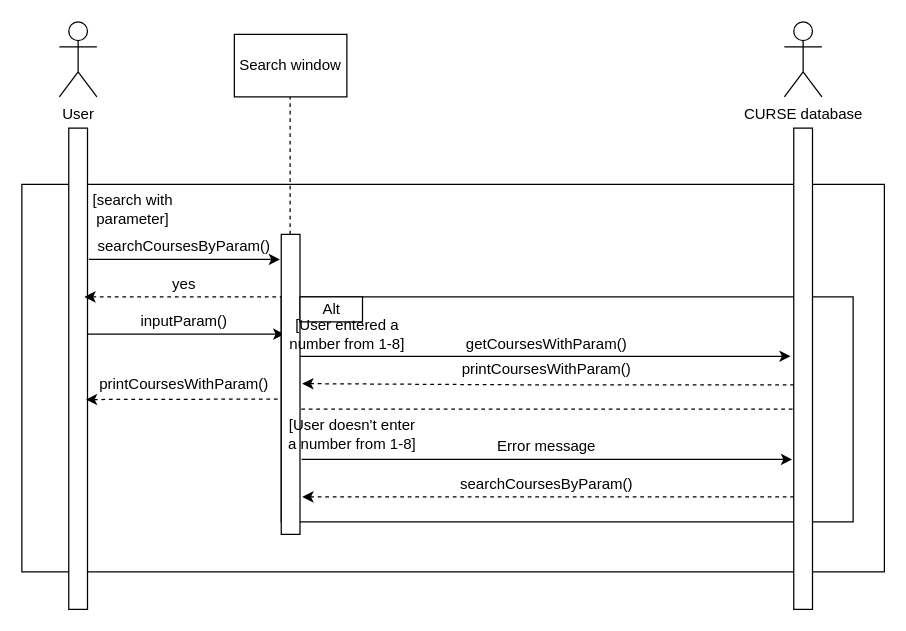
Above: models/sequence_search_courses_by_parameters.drawio in stpilks99/APC-Assignment-5 (draw.io), before the change. Source tidied: cells renumbered, new cells numbered last; positions are measured from the earlier drawing's top-left corner, leaving out a move shared by most shapes. Both pictures are drawn from the tidied source at 125%, with x=0, y=0 at pixel (21, 21).
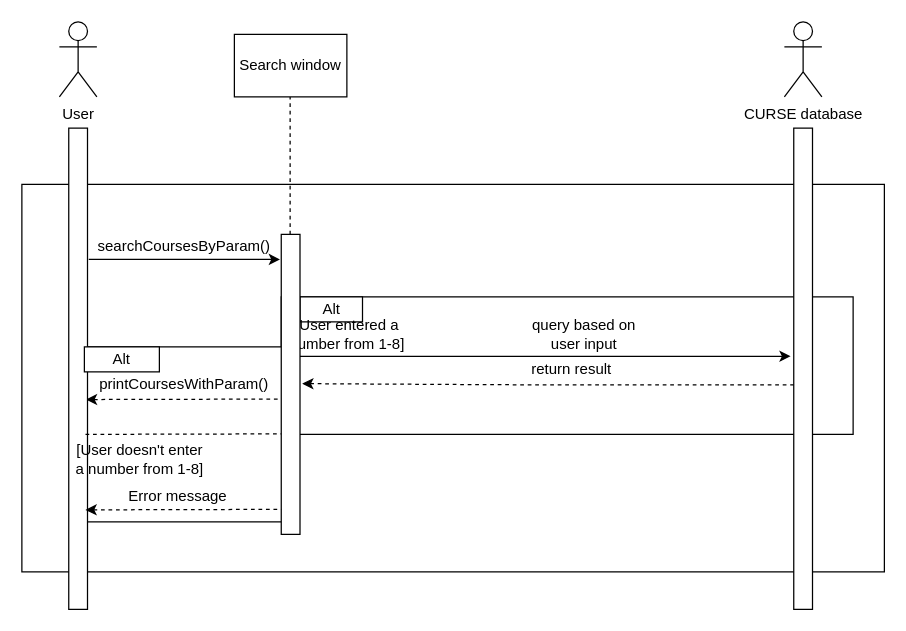
Above is the later version.

Change to the diagram source:
```diff
@@
-    <mxCell id="5" style="rounded=0;whiteSpace=wrap;html=1;" parent="1" vertex="1">
-      <mxGeometry x="37.5" y="85" width="15" height="385" as="geometry" />
-    </mxCell>
@@
-    <mxCell id="10" value="printCoursesWithParam()" style="text;html=1;strokeColor=none;fillColor=none;align=center;verticalAlign=middle;whiteSpace=wrap;rounded=0;" parent="1" vertex="1">
-      <mxGeometry x="110" y="280" width="40" height="20" as="geometry" />
-    </mxCell>
-    <mxCell id="11" value="[search with parameter]" style="text;html=1;strokeColor=none;fillColor=none;align=center;verticalAlign=middle;whiteSpace=wrap;rounded=0;" parent="1" vertex="1">
-      <mxGeometry x="50" y="140" width="77.5" height="20" as="geometry" />
-    </mxCell>
-    <mxCell id="12" style="endArrow=none;dashed=1;html=1;startArrow=classic;startFill=1;" parent="1" edge="1">
-      <mxGeometry relative="1" as="geometry">
-        <mxPoint x="50" y="220" as="sourcePoint" />
-        <mxPoint x="207.5" y="220" as="targetPoint" />
-      </mxGeometry>
-    </mxCell>
-    <mxCell id="13" style="endArrow=classic;html=1;" parent="1" edge="1">
-      <mxGeometry relative="1" as="geometry">
-        <mxPoint x="52.5" y="249.8" as="sourcePoint" />
-        <mxPoint x="210" y="249.8" as="targetPoint" />
-      </mxGeometry>
-    </mxCell>
-    <mxCell id="14" value="inputParam()" style="text;html=1;strokeColor=none;fillColor=none;align=center;verticalAlign=middle;whiteSpace=wrap;rounded=0;" parent="1" vertex="1">
-      <mxGeometry x="110" y="230" width="40" height="20" as="geometry" />
-    </mxCell>
-    <mxCell id="15" value="yes" style="text;html=1;strokeColor=none;fillColor=none;align=center;verticalAlign=middle;whiteSpace=wrap;rounded=0;" parent="1" vertex="1">
-      <mxGeometry x="110" y="200" width="40" height="20" as="geometry" />
-    </mxCell>
     <mxCell id="16" style="rounded=0;whiteSpace=wrap;html=1;" parent="1" vertex="1">
-      <mxGeometry x="207.5" y="220" width="457.5" height="180" as="geometry" />
+      <mxGeometry x="207.5" y="220" width="457.5" height="110" as="geometry" />
     </mxCell>
@@
-    <mxCell id="18" value="getCoursesWithParam()" style="text;html=1;strokeColor=none;fillColor=none;align=center;verticalAlign=middle;whiteSpace=wrap;rounded=0;" parent="1" vertex="1">
-      <mxGeometry x="400" y="247.5" width="40" height="20" as="geometry" />
+    <mxCell id="18" value="query based on user input" style="text;html=1;strokeColor=none;fillColor=none;align=center;verticalAlign=middle;whiteSpace=wrap;rounded=0;" parent="1" vertex="1">
+      <mxGeometry x="400" y="240" width="100" height="20" as="geometry" />
     </mxCell>
-    <mxCell id="19" value="printCoursesWithParam()" style="text;html=1;strokeColor=none;fillColor=none;align=center;verticalAlign=middle;whiteSpace=wrap;rounded=0;" parent="1" vertex="1">
-      <mxGeometry x="400" y="267.5" width="40" height="20" as="geometry" />
+    <mxCell id="19" value="return result" style="text;html=1;strokeColor=none;fillColor=none;align=center;verticalAlign=middle;whiteSpace=wrap;rounded=0;" parent="1" vertex="1">
+      <mxGeometry x="400" y="267.5" width="80" height="20" as="geometry" />
     </mxCell>
-    <mxCell id="20" style="endArrow=none;dashed=1;html=1;startArrow=none;startFill=0;" parent="1" edge="1">
-      <mxGeometry relative="1" as="geometry">
-        <mxPoint x="223.5" y="309.8" as="sourcePoint" />
-        <mxPoint x="617.5" y="309.8" as="targetPoint" />
-        <Array as="points">
-          <mxPoint x="382.5" y="309.8" />
-        </Array>
-      </mxGeometry>
-    </mxCell>
-    <mxCell id="21" style="rounded=0;whiteSpace=wrap;html=1;" parent="1" vertex="1">
-      <mxGeometry x="207.5" y="170" width="15" height="240" as="geometry" />
-    </mxCell>
@@
+    <mxCell id="31" style="endArrow=none;dashed=1;html=1;startArrow=classic;startFill=1;exitX=1.001;exitY=0.472;exitDx=0;exitDy=0;exitPerimeter=0;" parent="1" edge="1">
+      <mxGeometry relative="1" as="geometry">
+        <mxPoint x="224.3" y="289.4" as="sourcePoint" />
+        <mxPoint x="617.5" y="290.3" as="targetPoint" />
+        <Array as="points">
+          <mxPoint x="382.5" y="290.3" />
+        </Array>
+      </mxGeometry>
+    </mxCell>
+    <mxCell id="32" style="rounded=0;whiteSpace=wrap;html=1;" parent="1" vertex="1">
+      <mxGeometry x="50" y="260" width="160" height="140" as="geometry" />
+    </mxCell>
+    <mxCell id="10" value="printCoursesWithParam()" style="text;html=1;strokeColor=none;fillColor=none;align=center;verticalAlign=middle;whiteSpace=wrap;rounded=0;" parent="1" vertex="1">
+      <mxGeometry x="110" y="280" width="40" height="20" as="geometry" />
+    </mxCell>
@@
+    <mxCell id="5" style="rounded=0;whiteSpace=wrap;html=1;" parent="1" vertex="1">
+      <mxGeometry x="37.5" y="85" width="15" height="385" as="geometry" />
+    </mxCell>
+    <mxCell id="21" style="rounded=0;whiteSpace=wrap;html=1;" parent="1" vertex="1">
+      <mxGeometry x="207.5" y="170" width="15" height="240" as="geometry" />
+    </mxCell>
+    <mxCell id="33" value="Alt" style="rounded=0;whiteSpace=wrap;html=1;" parent="1" vertex="1">
+      <mxGeometry x="50" y="260" width="60" height="20" as="geometry" />
+    </mxCell>
     <mxCell id="26" value="[User doesn't enter a number from 1-8]" style="text;html=1;strokeColor=none;fillColor=none;align=center;verticalAlign=middle;whiteSpace=wrap;rounded=0;" parent="1" vertex="1">
-      <mxGeometry x="207.5" y="320" width="112.5" height="20" as="geometry" />
+      <mxGeometry x="37.5" y="340" width="112.5" height="20" as="geometry" />
     </mxCell>
-    <mxCell id="27" style="endArrow=classic;html=1;exitX=0.93;exitY=0.361;exitDx=0;exitDy=0;exitPerimeter=0;" parent="1" edge="1">
-      <mxGeometry relative="1" as="geometry">
-        <mxPoint x="223.8" y="350" as="sourcePoint" />
-        <mxPoint x="616.2" y="350" as="targetPoint" />
-      </mxGeometry>
-    </mxCell>
-    <mxCell id="28" style="endArrow=none;dashed=1;html=1;startArrow=classic;startFill=1;exitX=1.122;exitY=0.875;exitDx=0;exitDy=0;exitPerimeter=0;" parent="1" edge="1" source="21">
-      <mxGeometry relative="1" as="geometry">
-        <mxPoint x="617.5" y="380" as="targetPoint" />
-        <Array as="points">
-          <mxPoint x="382.5" y="380" />
-        </Array>
-      </mxGeometry>
-    </mxCell>
+    <mxCell id="34" style="endArrow=none;dashed=1;html=1;startArrow=classic;startFill=1;exitX=0.917;exitY=0.564;exitDx=0;exitDy=0;exitPerimeter=0;entryX=0.023;entryY=0.549;entryDx=0;entryDy=0;entryPerimeter=0;endFill=0;" parent="1" edge="1">
+      <mxGeometry relative="1" as="geometry">
+        <mxPoint x="50.9" y="390.4" as="sourcePoint" />
+        <mxPoint x="207.5" y="390" as="targetPoint" />
+      </mxGeometry>
+    </mxCell>
     <mxCell id="29" value="Error message" style="text;html=1;strokeColor=none;fillColor=none;align=center;verticalAlign=middle;whiteSpace=wrap;rounded=0;" parent="1" vertex="1">
-      <mxGeometry x="375" y="330" width="90" height="20" as="geometry" />
+      <mxGeometry x="80" y="370" width="90" height="20" as="geometry" />
     </mxCell>
-    <mxCell id="30" value="searchCoursesByParam()" style="text;html=1;strokeColor=none;fillColor=none;align=center;verticalAlign=middle;whiteSpace=wrap;rounded=0;" parent="1" vertex="1">
-      <mxGeometry x="400" y="360" width="40" height="20" as="geometry" />
-    </mxCell>
-    <mxCell id="31" style="endArrow=none;dashed=1;html=1;startArrow=classic;startFill=1;exitX=1.001;exitY=0.472;exitDx=0;exitDy=0;exitPerimeter=0;" parent="1" edge="1">
-      <mxGeometry relative="1" as="geometry">
-        <mxPoint x="224.3" y="289.4" as="sourcePoint" />
-        <mxPoint x="617.5" y="290.3" as="targetPoint" />
-        <Array as="points">
-          <mxPoint x="382.5" y="290.3" />
-        </Array>
-      </mxGeometry>
-    </mxCell>
+    <mxCell id="35" style="endArrow=none;dashed=1;html=1;startArrow=none;startFill=0;exitX=0.917;exitY=0.564;exitDx=0;exitDy=0;exitPerimeter=0;entryX=0.023;entryY=0.549;entryDx=0;entryDy=0;entryPerimeter=0;" parent="1" edge="1">
+      <mxGeometry relative="1" as="geometry">
+        <mxPoint x="50.9" y="330" as="sourcePoint" />
+        <mxPoint x="207.5" y="329.6" as="targetPoint" />
+      </mxGeometry>
+    </mxCell>
```
